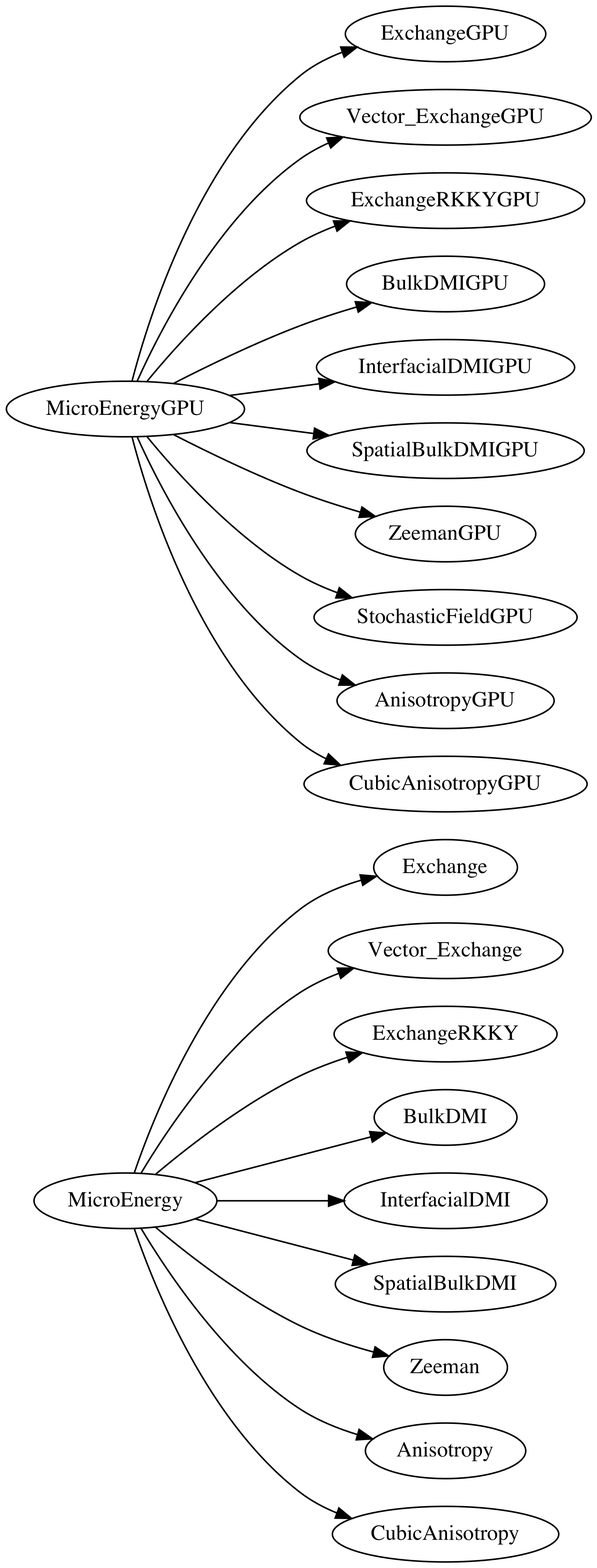
This is docs/src/figures/energy.png from ww1g11/JuMag.doc, a Graphviz export, as it was before one commit. Its source is kept beside it as docs/src/scripts/energy.gv.
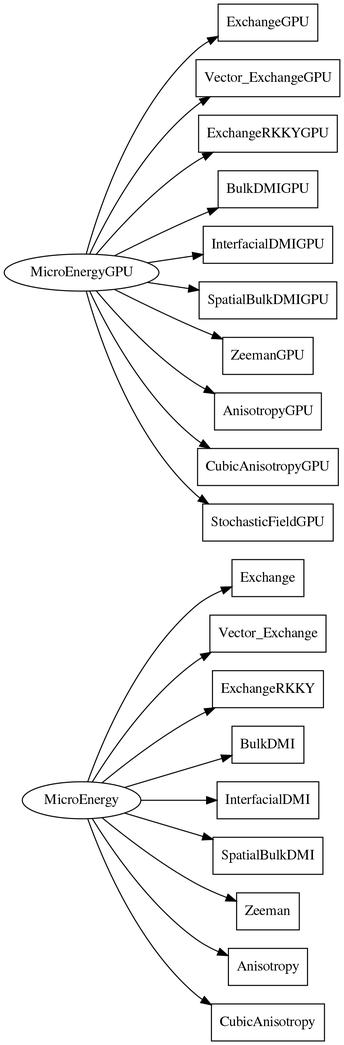
Above is the later version.

Change to the diagram source:
```diff
@@ -1,26 +1,26 @@
-digraph "G [1111]" {
-	MicroEnergy
-	Energys [label="ExchangeGPU
- Vector_Exchange
-ExchangeRKKY
-BulkDMI
- InterfacialDMI
-SpatialBulkDMI
- Zeeman
-StochasticField
- Anisotropy
-CubicAnisotropy" shape=box]
-	MicroEnergy -> Energys
-	MicroEnergyGPU
-	Energys_GPU [label="ExchangeGPU
- Vector_ExchangeGPU
-ExchangeRKKYGPU
-BulkDMIGPU
- InterfacialDMIGPU
-SpatialBulkDMIGPU
- ZeemanGPU
-StochasticFieldGPU
-AnisotropyGPU
-CubicAnisotropyGPU" shape=box]
-	MicroEnergyGPU -> Energys_GPU
+digraph "G" {
+  rankdir=LR
+  a0 [label="MicroEnergy"]
+  a1 [label="Exchange", shape="box"]
+  a2 [label="Vector_Exchange", shape="box"]
+  a3 [label="ExchangeRKKY", shape="box"]
+  a4 [label="BulkDMI", shape="box"]
+  a5 [label="InterfacialDMI", shape="box"]
+  a6 [label="SpatialBulkDMI", shape="box"]
+  a7 [label="Zeeman", shape="box"]
+  a8 [label="Anisotropy", shape="box"]
+  a9 [label="CubicAnisotropy", shape="box"]
+  a0 -> {a1, a2, a3, a4, a5, a6, a7, a8, a9}
+  b0 [label="MicroEnergyGPU"]
+  b1 [label="ExchangeGPU", shape="box"]
+  b2 [label="Vector_ExchangeGPU", shape="box"]
+  b3 [label="ExchangeRKKYGPU", shape="box"]
+  b4 [label="BulkDMIGPU", shape="box"]
+  b5 [label="InterfacialDMIGPU", shape="box"]
+  b6 [label="SpatialBulkDMIGPU", shape="box"]
+  b7 [label="ZeemanGPU", shape="box"]
+  b8 [label="AnisotropyGPU", shape="box"]
+  b9 [label="CubicAnisotropyGPU", shape="box"]
+  b10 [label="StochasticFieldGPU", shape="box"]
+  b0 -> {b1, b2, b3, b4, b5, b6, b7, b8, b9, b10}
 }
```
